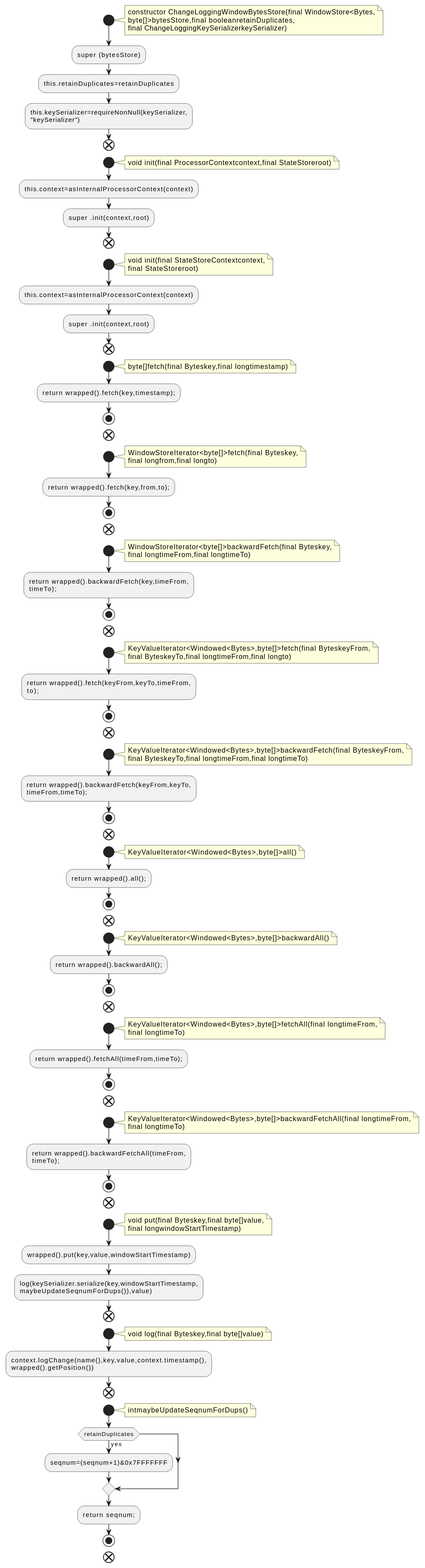
The PlantUML diagram docs/qc/streams/src/main/java/org/apache/kafka/streams/state/internals/ChangeLoggingWindowBytesStore.java.fct.svg in qualitesys/kafka, before a commit.
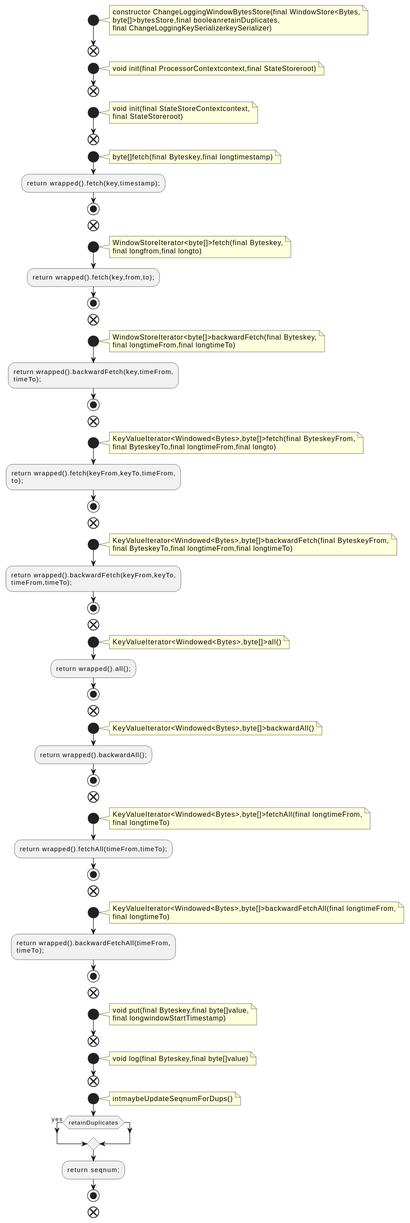
Later version of the same file.

What changed in the source:
```diff
@@ -6,25 +6,17 @@
 byte[]>bytesStore,final booleanretainDuplicates,
 final ChangeLoggingKeySerializerkeySerializer)
 end note
-:super (bytesStore);
-:this.retainDuplicates=retainDuplicates;
-:this.keySerializer=requireNonNull(keySerializer,
-"keySerializer");
 end
 start
 note right
 void init(final ProcessorContextcontext,final StateStoreroot)
 end note
-:this.context=asInternalProcessorContext(context);
-:super .init(context,root);
 end
 start
 note right
 void init(final StateStoreContextcontext,
 final StateStoreroot)
 end note
-:this.context=asInternalProcessorContext(context);
-:super .init(context,root);
 end
 start
 note right
@@ -104,23 +96,17 @@
 void put(final Byteskey,final byte[]value,
 final longwindowStartTimestamp)
 end note
-:wrapped().put(key,value,windowStartTimestamp);
-:log(keySerializer.serialize(key,windowStartTimestamp,
-maybeUpdateSeqnumForDups()),value);
 end
 start
 note right
 void log(final Byteskey,final byte[]value)
 end note
-:context.logChange(name(),key,value,context.timestamp(),
-wrapped().getPosition());
 end
 start
 note right
 intmaybeUpdateSeqnumForDups()
 end note
 if (retainDuplicates) then (yes)
-:seqnum=(seqnum+1)&0x7FFFFFFF;
 endif
 :return seqnum;;
 stop
```
